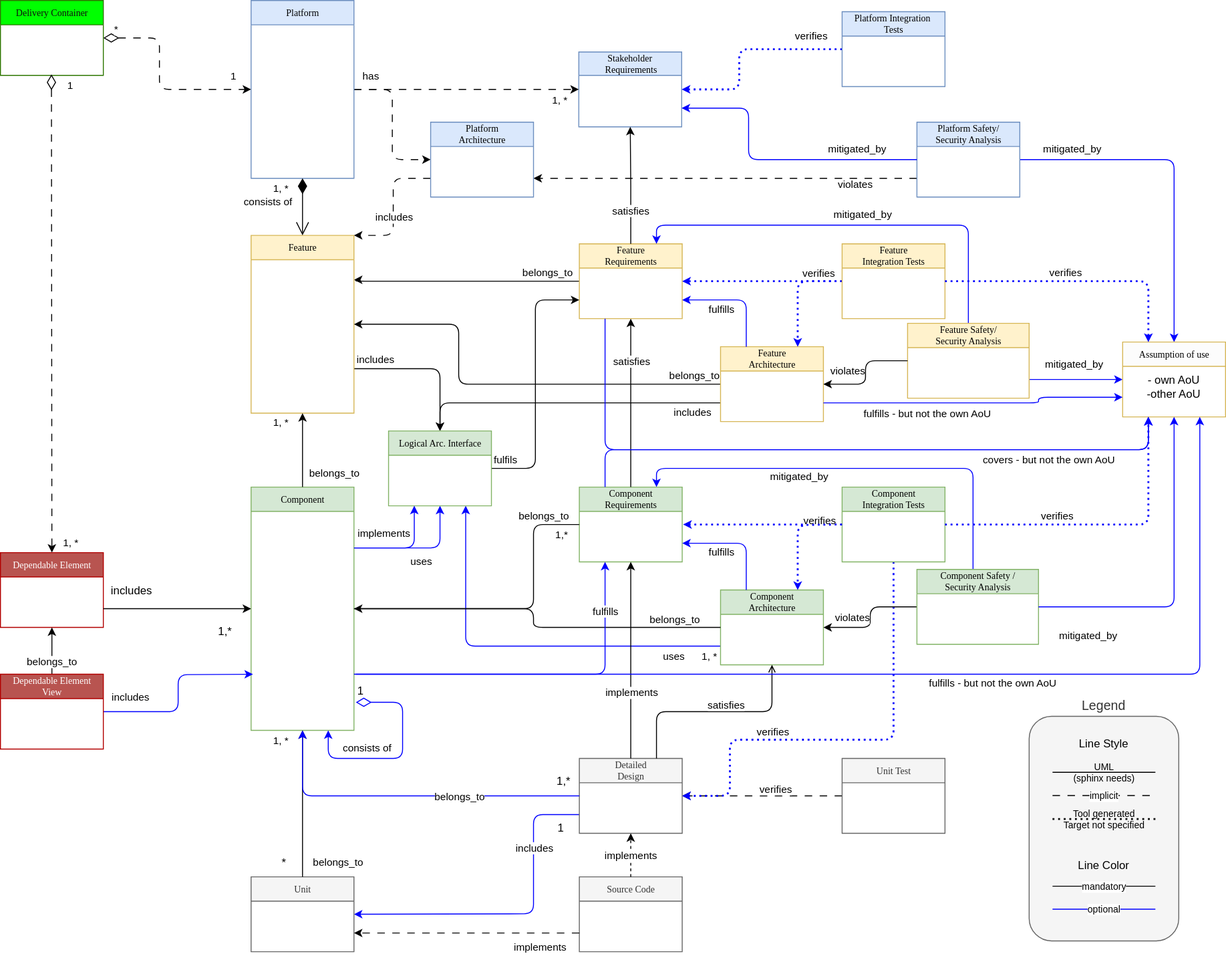
Earlier version of the draw.io export main/_images/score_building_blocks_meta_model.drawio.svg (eclipse-score/process_description). Source tidied: cells renumbered, new cells last; positions are measured from the earlier drawing's top-left corner, leaving out a move shared by most shapes.
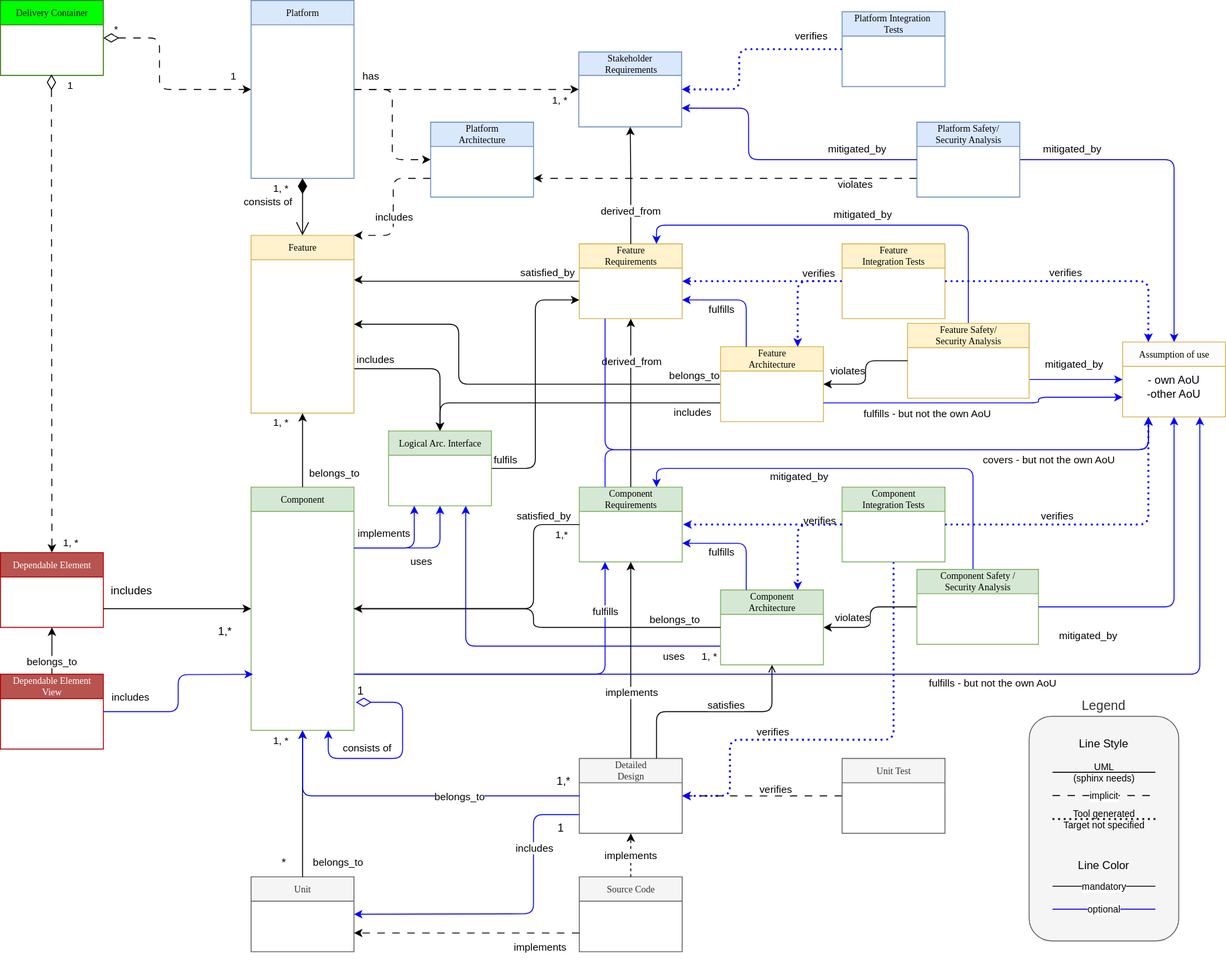
The same file after the commit.

Diff of the diagram source:
```diff
@@ -18,7 +18,7 @@
         <mxPoint x="173" y="404" as="offset" />
       </mxGeometry>
     </mxCell>
-    <mxCell id="5" value="belongs_to" style="edgeLabel;html=1;align=center;verticalAlign=middle;" parent="3" vertex="1">
+    <mxCell id="5" value="satisfied_by" style="edgeLabel;html=1;align=center;verticalAlign=middle;" parent="3" vertex="1">
       <mxGeometry x="0.82" y="3" relative="1" as="geometry">
         <mxPoint x="-13" y="-7" as="offset" />
       </mxGeometry>
@@ -78,7 +78,7 @@
         <mxPoint x="27" y="14" as="offset" />
       </mxGeometry>
     </mxCell>
-    <mxCell id="19" value="belongs_to" style="edgeLabel;html=1;align=center;verticalAlign=middle;" parent="17" vertex="1">
+    <mxCell id="19" value="satisfied_by" style="edgeLabel;html=1;align=center;verticalAlign=middle;" parent="17" vertex="1">
       <mxGeometry x="0.82" y="-1" relative="1" as="geometry">
         <mxPoint x="-9" y="-11" as="offset" />
       </mxGeometry>
@@ -167,7 +167,7 @@
         <mxPoint x="674" y="340" as="targetPoint" />
       </mxGeometry>
     </mxCell>
-    <mxCell id="41" value="satisfies" style="edgeLabel;html=1;align=center;verticalAlign=middle;" parent="40" vertex="1">
+    <mxCell id="41" value="derived_from" style="edgeLabel;html=1;align=center;verticalAlign=middle;" parent="40" vertex="1">
       <mxGeometry x="0.06" y="6" relative="1" as="geometry">
         <mxPoint x="6" y="-40" as="offset" />
       </mxGeometry>
@@ -611,7 +611,7 @@
     <mxCell id="131" style="edgeStyle=orthogonalEdgeStyle;rounded=0;jettySize=auto;html=1;exitX=0.5;exitY=0;exitDx=0;exitDy=0;endArrow=classic;endFill=1;entryX=0.5;entryY=1;entryDx=0;entryDy=0;" parent="1" edge="1" source="11" target="27">
       <mxGeometry relative="1" as="geometry" />
     </mxCell>
-    <mxCell id="132" value="satisfies" style="edgeLabel;html=1;align=center;verticalAlign=middle;" parent="131" vertex="1">
+    <mxCell id="132" value="derived_from" style="edgeLabel;html=1;align=center;verticalAlign=middle;" parent="131" vertex="1">
       <mxGeometry x="0.11" y="1" relative="1" as="geometry">
         <mxPoint x="1" y="34" as="offset" />
       </mxGeometry>
```
